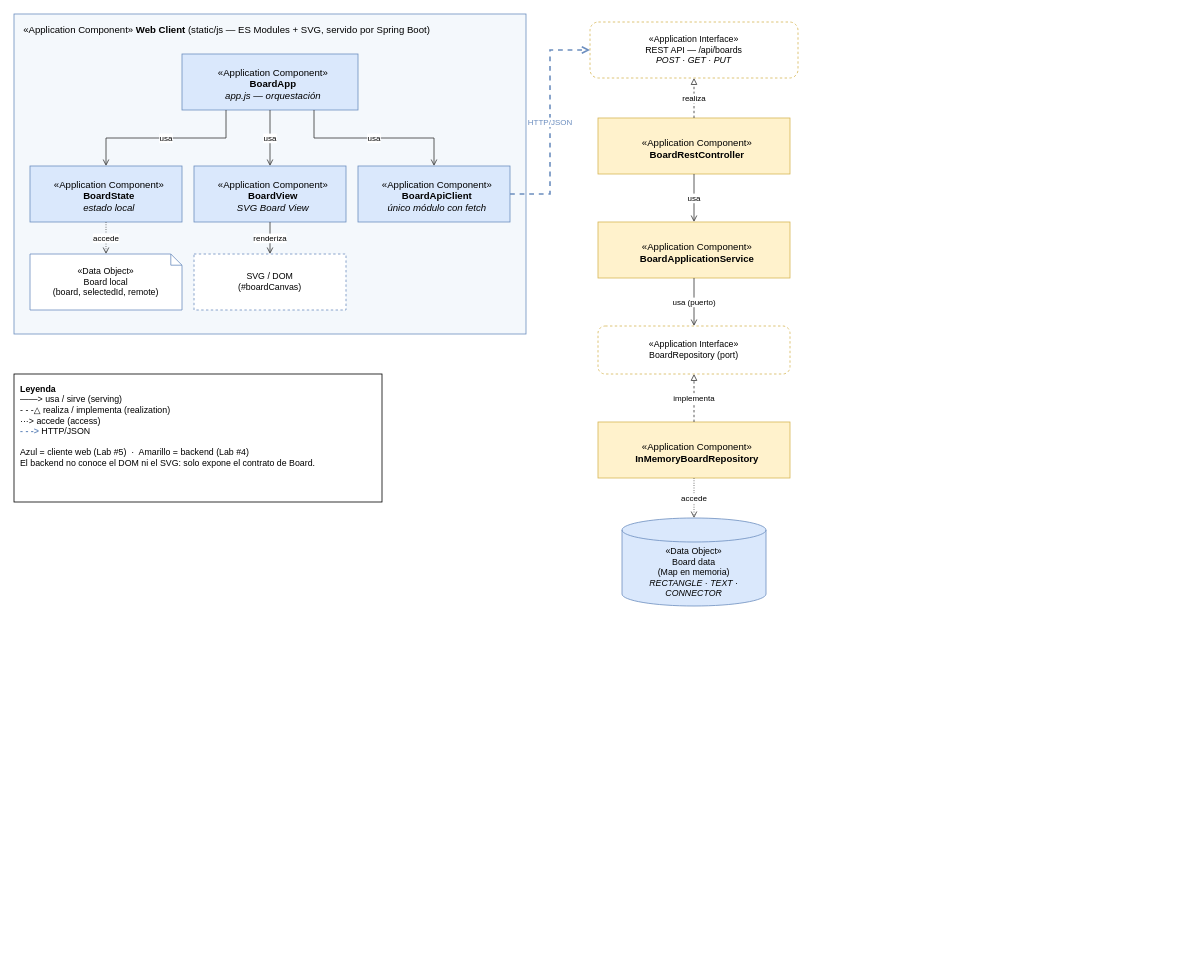
Before: page "ArchiMate Application View" (1 of 2) of docs/architecture/diagrams.drawio in sofiapeace/lab-arsw-p03-collaborative-architecture-board, a draw.io diagram. Source tidied: cells renumbered, new cells numbered last; positions are measured from the earlier drawing's top-left corner, leaving out a move shared by most shapes. Both pictures are drawn from the tidied source at 80%, with x=0, y=0 at pixel (14, 14).
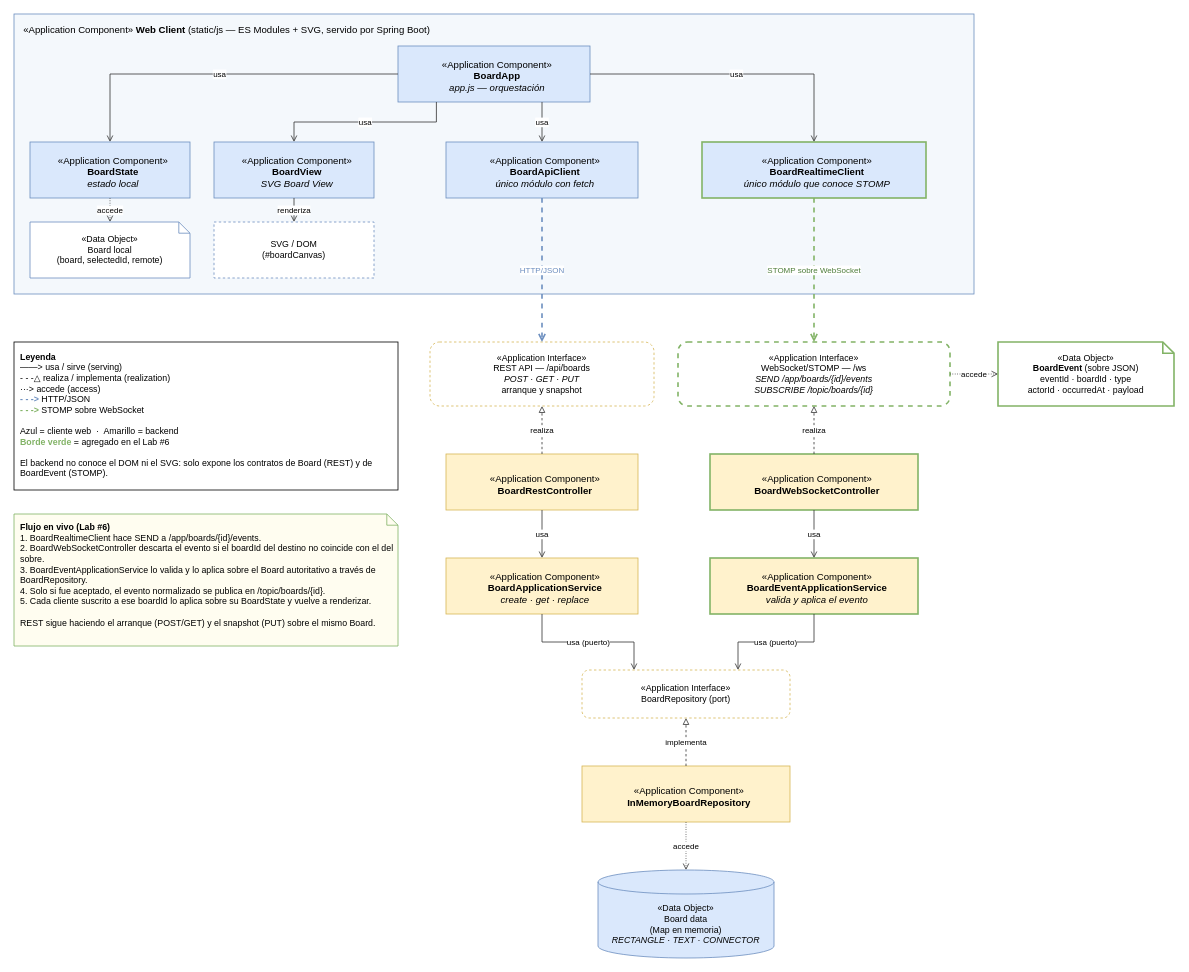
The same page after the edit.

Diff of the diagram source:
```diff
@@
     <mxCell id="2" value="&amp;laquo;Application Component&amp;raquo; &lt;b&gt;Web Client&lt;/b&gt; (static/js — ES Modules + SVG, servido por Spring Boot)" style="rounded=0;whiteSpace=wrap;html=1;fillColor=#F4F8FC;strokeColor=#6C8EBF;fontSize=12;align=left;verticalAlign=top;spacingLeft=10;spacingTop=6;" parent="1" vertex="1">
-      <mxGeometry width="640" height="400" as="geometry" />
+      <mxGeometry width="1200" height="350" as="geometry" />
     </mxCell>
     <mxCell id="3" value="&amp;laquo;Application Component&amp;raquo;&lt;br&gt;&lt;b&gt;BoardApp&lt;/b&gt;&lt;br&gt;&lt;i&gt;app.js — orquestación&lt;/i&gt;" style="rounded=0;whiteSpace=wrap;html=1;fillColor=#DAE8FC;strokeColor=#6C8EBF;fontSize=12;align=center;verticalAlign=middle;spacingLeft=8;spacingTop=6;" parent="1" vertex="1">
-      <mxGeometry x="210" y="50" width="220" height="70" as="geometry" />
+      <mxGeometry x="480" y="40" width="240" height="70" as="geometry" />
     </mxCell>
     <mxCell id="4" value="&amp;laquo;Application Component&amp;raquo;&lt;br&gt;&lt;b&gt;BoardState&lt;/b&gt;&lt;br&gt;&lt;i&gt;estado local&lt;/i&gt;" style="rounded=0;whiteSpace=wrap;html=1;fillColor=#DAE8FC;strokeColor=#6C8EBF;fontSize=12;align=center;verticalAlign=middle;spacingLeft=8;spacingTop=6;" parent="1" vertex="1">
-      <mxGeometry x="20" y="190" width="190" height="70" as="geometry" />
+      <mxGeometry x="20" y="160" width="200" height="70" as="geometry" />
     </mxCell>
     <mxCell id="5" value="&amp;laquo;Application Component&amp;raquo;&lt;br&gt;&lt;b&gt;BoardView&lt;/b&gt;&lt;br&gt;&lt;i&gt;SVG Board View&lt;/i&gt;" style="rounded=0;whiteSpace=wrap;html=1;fillColor=#DAE8FC;strokeColor=#6C8EBF;fontSize=12;align=center;verticalAlign=middle;spacingLeft=8;spacingTop=6;" parent="1" vertex="1">
-      <mxGeometry x="225" y="190" width="190" height="70" as="geometry" />
+      <mxGeometry x="250" y="160" width="200" height="70" as="geometry" />
     </mxCell>
     <mxCell id="6" value="&amp;laquo;Application Component&amp;raquo;&lt;br&gt;&lt;b&gt;BoardApiClient&lt;/b&gt;&lt;br&gt;&lt;i&gt;único módulo con fetch&lt;/i&gt;" style="rounded=0;whiteSpace=wrap;html=1;fillColor=#DAE8FC;strokeColor=#6C8EBF;fontSize=12;align=center;verticalAlign=middle;spacingLeft=8;spacingTop=6;" parent="1" vertex="1">
-      <mxGeometry x="430" y="190" width="190" height="70" as="geometry" />
+      <mxGeometry x="540" y="160" width="240" height="70" as="geometry" />
     </mxCell>
+    <mxCell id="27" value="&amp;laquo;Application Component&amp;raquo;&lt;br&gt;&lt;b&gt;BoardRealtimeClient&lt;/b&gt;&lt;br&gt;&lt;i&gt;único módulo que conoce STOMP&lt;/i&gt;" style="rounded=0;whiteSpace=wrap;html=1;fillColor=#DAE8FC;strokeColor=#82B366;strokeWidth=2;fontSize=12;align=center;verticalAlign=middle;spacingLeft=8;spacingTop=6;" parent="1" vertex="1">
+      <mxGeometry x="860" y="160" width="280" height="70" as="geometry" />
+    </mxCell>
     <mxCell id="7" value="&amp;laquo;Data Object&amp;raquo;&lt;br&gt;Board local&lt;br&gt;(board, selectedId, remote)" style="shape=note;whiteSpace=wrap;html=1;size=14;fillColor=#FFFFFF;strokeColor=#6C8EBF;fontSize=11;align=center;verticalAlign=middle;" parent="1" vertex="1">
-      <mxGeometry x="20" y="300" width="190" height="70" as="geometry" />
+      <mxGeometry x="20" y="260" width="200" height="70" as="geometry" />
     </mxCell>
     <mxCell id="8" value="SVG / DOM&lt;br&gt;(#boardCanvas)" style="rounded=0;whiteSpace=wrap;html=1;fillColor=#FFFFFF;strokeColor=#6C8EBF;dashed=1;fontSize=11;align=center;verticalAlign=middle;" parent="1" vertex="1">
-      <mxGeometry x="225" y="300" width="190" height="70" as="geometry" />
+      <mxGeometry x="250" y="260" width="200" height="70" as="geometry" />
     </mxCell>
-    <mxCell id="9" value="&amp;laquo;Application Interface&amp;raquo;&lt;br&gt;REST API — /api/boards&lt;br&gt;&lt;i&gt;POST · GET · PUT&lt;/i&gt;" style="rounded=1;whiteSpace=wrap;html=1;fillColor=#FFFFFF;strokeColor=#D6B656;dashed=1;fontSize=11;align=center;verticalAlign=middle;" parent="1" vertex="1">
-      <mxGeometry x="720" y="10" width="260" height="70" as="geometry" />
+    <mxCell id="9" value="&amp;laquo;Application Interface&amp;raquo;&lt;br&gt;REST API — /api/boards&lt;br&gt;&lt;i&gt;POST · GET · PUT&lt;/i&gt;&lt;br&gt;arranque y snapshot" style="rounded=1;whiteSpace=wrap;html=1;fillColor=#FFFFFF;strokeColor=#D6B656;dashed=1;fontSize=11;align=center;verticalAlign=middle;" parent="1" vertex="1">
+      <mxGeometry x="520" y="410" width="280" height="80" as="geometry" />
     </mxCell>
+    <mxCell id="28" value="&amp;laquo;Application Interface&amp;raquo;&lt;br&gt;WebSocket/STOMP — /ws&lt;br&gt;&lt;i&gt;SEND /app/boards/{id}/events&lt;/i&gt;&lt;br&gt;&lt;i&gt;SUBSCRIBE /topic/boards/{id}&lt;/i&gt;" style="rounded=1;whiteSpace=wrap;html=1;fillColor=#FFFFFF;strokeColor=#82B366;strokeWidth=2;dashed=1;fontSize=11;align=center;verticalAlign=middle;" parent="1" vertex="1">
+      <mxGeometry x="830" y="410" width="340" height="80" as="geometry" />
+    </mxCell>
+    <mxCell id="29" value="&amp;laquo;Data Object&amp;raquo;&lt;br&gt;&lt;b&gt;BoardEvent&lt;/b&gt; (sobre JSON)&lt;br&gt;eventId · boardId · type&lt;br&gt;actorId · occurredAt · payload" style="shape=note;whiteSpace=wrap;html=1;size=14;fillColor=#FFFFFF;strokeColor=#82B366;strokeWidth=2;fontSize=11;align=center;verticalAlign=middle;" parent="1" vertex="1">
+      <mxGeometry x="1230" y="410" width="220" height="80" as="geometry" />
+    </mxCell>
     <mxCell id="10" value="&amp;laquo;Application Component&amp;raquo;&lt;br&gt;&lt;b&gt;BoardRestController&lt;/b&gt;" style="rounded=0;whiteSpace=wrap;html=1;fillColor=#FFF2CC;strokeColor=#D6B656;fontSize=12;align=center;verticalAlign=middle;spacingLeft=8;spacingTop=6;" parent="1" vertex="1">
-      <mxGeometry x="730" y="130" width="240" height="70" as="geometry" />
+      <mxGeometry x="540" y="550" width="240" height="70" as="geometry" />
     </mxCell>
+    <mxCell id="30" value="&amp;laquo;Application Component&amp;raquo;&lt;br&gt;&lt;b&gt;BoardWebSocketController&lt;/b&gt;" style="rounded=0;whiteSpace=wrap;html=1;fillColor=#FFF2CC;strokeColor=#82B366;strokeWidth=2;fontSize=12;align=center;verticalAlign=middle;spacingLeft=8;spacingTop=6;" parent="1" vertex="1">
+      <mxGeometry x="870" y="550" width="260" height="70" as="geometry" />
+    </mxCell>
-    <mxCell id="11" value="&amp;laquo;Application Component&amp;raquo;&lt;br&gt;&lt;b&gt;BoardApplicationService&lt;/b&gt;" style="rounded=0;whiteSpace=wrap;html=1;fillColor=#FFF2CC;strokeColor=#D6B656;fontSize=12;align=center;verticalAlign=middle;spacingLeft=8;spacingTop=6;" parent="1" vertex="1">
-      <mxGeometry x="730" y="260" width="240" height="70" as="geometry" />
+    <mxCell id="11" value="&amp;laquo;Application Component&amp;raquo;&lt;br&gt;&lt;b&gt;BoardApplicationService&lt;/b&gt;&lt;br&gt;&lt;i&gt;create · get · replace&lt;/i&gt;" style="rounded=0;whiteSpace=wrap;html=1;fillColor=#FFF2CC;strokeColor=#D6B656;fontSize=12;align=center;verticalAlign=middle;spacingLeft=8;spacingTop=6;" parent="1" vertex="1">
+      <mxGeometry x="540" y="680" width="240" height="70" as="geometry" />
     </mxCell>
+    <mxCell id="31" value="&amp;laquo;Application Component&amp;raquo;&lt;br&gt;&lt;b&gt;BoardEventApplicationService&lt;/b&gt;&lt;br&gt;&lt;i&gt;valida y aplica el evento&lt;/i&gt;" style="rounded=0;whiteSpace=wrap;html=1;fillColor=#FFF2CC;strokeColor=#82B366;strokeWidth=2;fontSize=12;align=center;verticalAlign=middle;spacingLeft=8;spacingTop=6;" parent="1" vertex="1">
+      <mxGeometry x="870" y="680" width="260" height="70" as="geometry" />
+    </mxCell>
     <mxCell id="12" value="&amp;laquo;Application Interface&amp;raquo;&lt;br&gt;BoardRepository (port)" style="rounded=1;whiteSpace=wrap;html=1;fillColor=#FFFFFF;strokeColor=#D6B656;dashed=1;fontSize=11;align=center;verticalAlign=middle;" parent="1" vertex="1">
-      <mxGeometry x="730" y="390" width="240" height="60" as="geometry" />
+      <mxGeometry x="710" y="820" width="260" height="60" as="geometry" />
     </mxCell>
     <mxCell id="13" value="&amp;laquo;Application Component&amp;raquo;&lt;br&gt;&lt;b&gt;InMemoryBoardRepository&lt;/b&gt;" style="rounded=0;whiteSpace=wrap;html=1;fillColor=#FFF2CC;strokeColor=#D6B656;fontSize=12;align=center;verticalAlign=middle;spacingLeft=8;spacingTop=6;" parent="1" vertex="1">
-      <mxGeometry x="730" y="510" width="240" height="70" as="geometry" />
+      <mxGeometry x="710" y="940" width="260" height="70" as="geometry" />
     </mxCell>
     <mxCell id="14" value="&amp;laquo;Data Object&amp;raquo;&lt;br&gt;Board data&lt;br&gt;(Map en memoria)&lt;br&gt;&lt;i&gt;RECTANGLE · TEXT · CONNECTOR&lt;/i&gt;" style="shape=cylinder3;whiteSpace=wrap;html=1;fillColor=#DAE8FC;strokeColor=#6C8EBF;fontSize=11;align=center;verticalAlign=middle;boundedLbl=1;" parent="1" vertex="1">
-      <mxGeometry x="760" y="630" width="180" height="110" as="geometry" />
+      <mxGeometry x="730" y="1070" width="220" height="110" as="geometry" />
     </mxCell>
-    <mxCell id="15" value="&lt;b&gt;Leyenda&lt;/b&gt;&lt;br&gt;&amp;#8213;&amp;#8213;&amp;gt; usa / sirve (serving)&lt;br&gt;- - -&amp;#9651; realiza / implementa (realization)&lt;br&gt;&amp;middot;&amp;middot;&amp;middot;&amp;gt; accede (access)&lt;br&gt;&lt;font color=&quot;#6C8EBF&quot;&gt;&lt;b&gt;- - -&amp;gt;&lt;/b&gt;&lt;/font&gt; HTTP/JSON&lt;br&gt;&lt;br&gt;Azul = cliente web (Lab #5) &amp;nbsp;·&amp;nbsp; Amarillo = backend (Lab #4)&lt;br&gt;El backend no conoce el DOM ni el SVG: solo expone el contrato de Board." style="rounded=0;whiteSpace=wrap;html=1;fillColor=#FFFFFF;strokeColor=#000000;fontSize=11;align=left;verticalAlign=top;spacingLeft=6;spacingTop=6;" parent="1" vertex="1">
-      <mxGeometry y="450" width="460" height="160" as="geometry" />
+    <mxCell id="15" value="&lt;b&gt;Leyenda&lt;/b&gt;&lt;br&gt;&amp;#8213;&amp;#8213;&amp;gt; usa / sirve (serving)&lt;br&gt;- - -&amp;#9651; realiza / implementa (realization)&lt;br&gt;&amp;middot;&amp;middot;&amp;middot;&amp;gt; accede (access)&lt;br&gt;&lt;font color=&quot;#6C8EBF&quot;&gt;&lt;b&gt;- - -&amp;gt;&lt;/b&gt;&lt;/font&gt; HTTP/JSON&lt;br&gt;&lt;font color=&quot;#82B366&quot;&gt;&lt;b&gt;- - -&amp;gt;&lt;/b&gt;&lt;/font&gt; STOMP sobre WebSocket&lt;br&gt;&lt;br&gt;Azul = cliente web &amp;nbsp;·&amp;nbsp; Amarillo = backend&lt;br&gt;&lt;font color=&quot;#82B366&quot;&gt;&lt;b&gt;Borde verde&lt;/b&gt;&lt;/font&gt; = agregado en el Lab #6&lt;br&gt;&lt;br&gt;El backend no conoce el DOM ni el SVG: solo expone los contratos de Board (REST) y de BoardEvent (STOMP)." style="rounded=0;whiteSpace=wrap;html=1;fillColor=#FFFFFF;strokeColor=#000000;fontSize=11;align=left;verticalAlign=top;spacingLeft=6;spacingTop=6;" parent="1" vertex="1">
+      <mxGeometry y="410" width="480" height="185" as="geometry" />
     </mxCell>
+    <mxCell id="32" value="&lt;b&gt;Flujo en vivo (Lab #6)&lt;/b&gt;&lt;br&gt;1. BoardRealtimeClient hace SEND a /app/boards/{id}/events.&lt;br&gt;2. BoardWebSocketController descarta el evento si el boardId del destino no coincide con el del sobre.&lt;br&gt;3. BoardEventApplicationService lo valida y lo aplica sobre el Board autoritativo a través de BoardRepository.&lt;br&gt;4. Solo si fue aceptado, el evento normalizado se publica en /topic/boards/{id}.&lt;br&gt;5. Cada cliente suscrito a ese boardId lo aplica sobre su BoardState y vuelve a renderizar.&lt;br&gt;&lt;br&gt;REST sigue haciendo el arranque (POST/GET) y el snapshot (PUT) sobre el mismo Board." style="shape=note;whiteSpace=wrap;html=1;size=14;fillColor=#FFFDF0;strokeColor=#82B366;fontSize=11;align=left;verticalAlign=top;spacingLeft=6;spacingTop=4;" parent="1" vertex="1">
+      <mxGeometry y="625" width="480" height="165" as="geometry" />
+    </mxCell>
-    <mxCell id="16" value="usa" style="edgeStyle=orthogonalEdgeStyle;rounded=0;html=1;strokeColor=#333333;fontSize=10;endArrow=open;endFill=0;exitX=0.25;exitY=1;exitDx=0;exitDy=0;entryX=0.5;entryY=0;entryDx=0;entryDy=0;" parent="1" edge="1" source="3" target="4">
+    <mxCell id="16" value="usa" style="edgeStyle=orthogonalEdgeStyle;rounded=0;html=1;strokeColor=#333333;fontSize=10;endArrow=open;endFill=0;exitX=0;exitY=0.5;exitDx=0;exitDy=0;entryX=0.5;entryY=0;entryDx=0;entryDy=0;" parent="1" edge="1" source="3" target="4">
       <mxGeometry relative="1" as="geometry">
         <Array as="points">
-          <mxPoint x="265" y="155" />
-          <mxPoint x="115" y="155" />
+          <mxPoint x="120" y="75" />
         </Array>
       </mxGeometry>
     </mxCell>
-    <mxCell id="17" value="usa" style="edgeStyle=orthogonalEdgeStyle;rounded=0;html=1;strokeColor=#333333;fontSize=10;endArrow=open;endFill=0;exitX=0.5;exitY=1;exitDx=0;exitDy=0;entryX=0.5;entryY=0;entryDx=0;entryDy=0;" parent="1" edge="1" source="3" target="5">
-      <mxGeometry relative="1" as="geometry" />
+    <mxCell id="17" value="usa" style="edgeStyle=orthogonalEdgeStyle;rounded=0;html=1;strokeColor=#333333;fontSize=10;endArrow=open;endFill=0;exitX=0.2;exitY=1;exitDx=0;exitDy=0;entryX=0.5;entryY=0;entryDx=0;entryDy=0;" parent="1" edge="1" source="3" target="5">
+      <mxGeometry relative="1" as="geometry">
+        <Array as="points">
+          <mxPoint x="528" y="135" />
+          <mxPoint x="350" y="135" />
+        </Array>
+      </mxGeometry>
     </mxCell>
     <mxCell id="18" value="usa" style="edgeStyle=orthogonalEdgeStyle;rounded=0;html=1;strokeColor=#333333;fontSize=10;endArrow=open;endFill=0;exitX=0.75;exitY=1;exitDx=0;exitDy=0;entryX=0.5;entryY=0;entryDx=0;entryDy=0;" parent="1" edge="1" source="3" target="6">
-      <mxGeometry relative="1" as="geometry">
-        <Array as="points">
-          <mxPoint x="375" y="155" />
-          <mxPoint x="525" y="155" />
-        </Array>
-      </mxGeometry>
+      <mxGeometry relative="1" as="geometry" />
     </mxCell>
+    <mxCell id="33" value="usa" style="edgeStyle=orthogonalEdgeStyle;rounded=0;html=1;strokeColor=#333333;fontSize=10;endArrow=open;endFill=0;exitX=1;exitY=0.5;exitDx=0;exitDy=0;entryX=0.5;entryY=0;entryDx=0;entryDy=0;" parent="1" edge="1" source="3" target="27">
+      <mxGeometry relative="1" as="geometry">
+        <Array as="points">
+          <mxPoint x="1000" y="75" />
+        </Array>
+      </mxGeometry>
+    </mxCell>
@@
-    <mxCell id="21" value="HTTP/JSON" style="edgeStyle=orthogonalEdgeStyle;rounded=0;html=1;strokeColor=#333333;fontSize=10;labelBackgroundColor=#FFFFFF;dashed=1;endArrow=open;endFill=0;strokeColor=#6C8EBF;fontColor=#6C8EBF;strokeWidth=2;exitX=1;exitY=0.5;exitDx=0;exitDy=0;entryX=0;entryY=0.5;entryDx=0;entryDy=0;" parent="1" edge="1" source="6" target="9">
-      <mxGeometry relative="1" as="geometry">
-        <Array as="points">
-          <mxPoint x="670" y="225" />
-          <mxPoint x="670" y="45" />
-        </Array>
-      </mxGeometry>
+    <mxCell id="21" value="HTTP/JSON" style="edgeStyle=orthogonalEdgeStyle;rounded=0;html=1;fontSize=10;labelBackgroundColor=#FFFFFF;dashed=1;endArrow=open;endFill=0;strokeColor=#6C8EBF;fontColor=#6C8EBF;strokeWidth=2;exitX=0.5;exitY=1;exitDx=0;exitDy=0;entryX=0.5;entryY=0;entryDx=0;entryDy=0;" parent="1" edge="1" source="6" target="9">
+      <mxGeometry relative="1" as="geometry" />
     </mxCell>
+    <mxCell id="34" value="STOMP sobre WebSocket" style="edgeStyle=orthogonalEdgeStyle;rounded=0;html=1;fontSize=10;labelBackgroundColor=#FFFFFF;dashed=1;endArrow=open;endFill=0;strokeColor=#82B366;fontColor=#4D7C3A;strokeWidth=2;exitX=0.5;exitY=1;exitDx=0;exitDy=0;entryX=0.5;entryY=0;entryDx=0;entryDy=0;" parent="1" edge="1" source="27" target="28">
+      <mxGeometry relative="1" as="geometry" />
+    </mxCell>
+    <mxCell id="35" value="accede" style="edgeStyle=orthogonalEdgeStyle;rounded=0;html=1;strokeColor=#333333;fontSize=10;dashed=1;dashPattern=1 2;endArrow=open;endFill=0;exitX=1;exitY=0.5;exitDx=0;exitDy=0;entryX=0;entryY=0.5;entryDx=0;entryDy=0;" parent="1" edge="1" source="28" target="29">
+      <mxGeometry relative="1" as="geometry" />
+    </mxCell>
@@
+    <mxCell id="36" value="realiza" style="edgeStyle=orthogonalEdgeStyle;rounded=0;html=1;strokeColor=#333333;fontSize=10;dashed=1;endArrow=block;endFill=0;exitX=0.5;exitY=0;exitDx=0;exitDy=0;entryX=0.5;entryY=1;entryDx=0;entryDy=0;" parent="1" edge="1" source="30" target="28">
+      <mxGeometry relative="1" as="geometry" />
+    </mxCell>
@@
+    <mxCell id="37" value="usa" style="edgeStyle=orthogonalEdgeStyle;rounded=0;html=1;strokeColor=#333333;fontSize=10;endArrow=open;endFill=0;exitX=0.5;exitY=1;exitDx=0;exitDy=0;entryX=0.5;entryY=0;entryDx=0;entryDy=0;" parent="1" edge="1" source="30" target="31">
+      <mxGeometry relative="1" as="geometry" />
+    </mxCell>
-    <mxCell id="24" value="usa (puerto)" style="edgeStyle=orthogonalEdgeStyle;rounded=0;html=1;strokeColor=#333333;fontSize=10;endArrow=open;endFill=0;exitX=0.5;exitY=1;exitDx=0;exitDy=0;entryX=0.5;entryY=0;entryDx=0;entryDy=0;" parent="1" edge="1" source="11" target="12">
-      <mxGeometry relative="1" as="geometry" />
+    <mxCell id="24" value="usa (puerto)" style="edgeStyle=orthogonalEdgeStyle;rounded=0;html=1;strokeColor=#333333;fontSize=10;endArrow=open;endFill=0;exitX=0.5;exitY=1;exitDx=0;exitDy=0;entryX=0.25;entryY=0;entryDx=0;entryDy=0;" parent="1" edge="1" source="11" target="12">
+      <mxGeometry relative="1" as="geometry">
+        <Array as="points">
+          <mxPoint x="660" y="785" />
+          <mxPoint x="775" y="785" />
+        </Array>
+      </mxGeometry>
     </mxCell>
+    <mxCell id="38" value="usa (puerto)" style="edgeStyle=orthogonalEdgeStyle;rounded=0;html=1;strokeColor=#333333;fontSize=10;endArrow=open;endFill=0;exitX=0.5;exitY=1;exitDx=0;exitDy=0;entryX=0.75;entryY=0;entryDx=0;entryDy=0;" parent="1" edge="1" source="31" target="12">
+      <mxGeometry relative="1" as="geometry">
+        <Array as="points">
+          <mxPoint x="1000" y="785" />
+          <mxPoint x="905" y="785" />
+        </Array>
+      </mxGeometry>
+    </mxCell>
```
